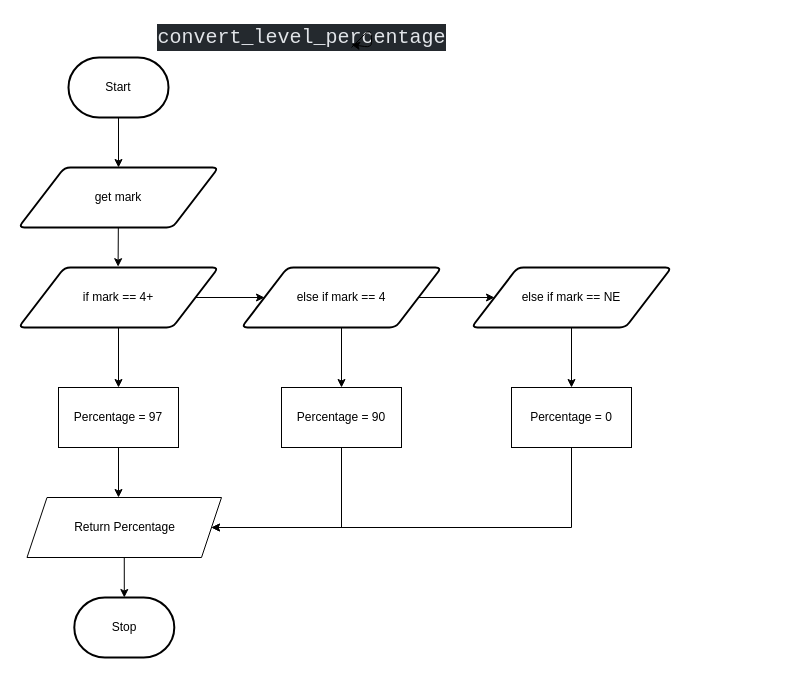
Above: flowchat.drawio in Kyanh-Pham/ICS3U-Unit5-03-Python (draw.io), before the change. Source tidied: cells renumbered, new cells numbered last; positions are measured from the earlier drawing's top-left corner, leaving out a move shared by most shapes. Both pictures are drawn from the tidied source at 100%, with x=0, y=0 at pixel (18, 17).
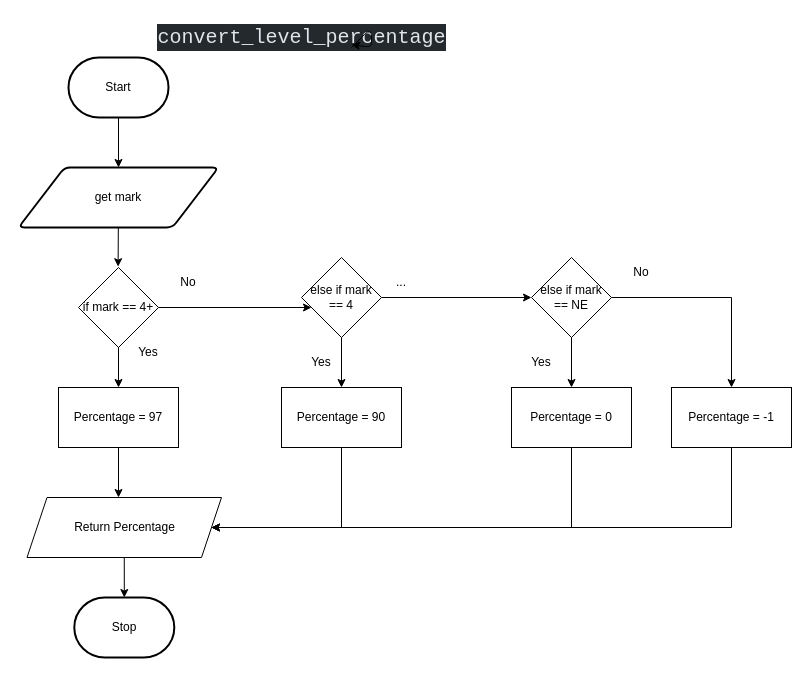
After the change.

Commit message (it also covers changes not shown here):
Fixed flowchart and type hint

Unchanged cells that the change refers to:
```xml
<mxCell id="15" value="Return Percentage" style="shape=parallelogram;perimeter=parallelogramPerimeter;whiteSpace=wrap;html=1;fixedSize=1;" parent="1" vertex="1">
  <mxGeometry x="8.5" y="480" width="194.5" height="60" as="geometry" />
</mxCell>
<mxCell id="21" value="Percentage = 90" style="rounded=0;whiteSpace=wrap;html=1;" parent="1" vertex="1">
  <mxGeometry x="263" y="370" width="120" height="60" as="geometry" />
</mxCell>
<mxCell id="25" value="Percentage = 0" style="rounded=0;whiteSpace=wrap;html=1;" parent="1" vertex="1">
  <mxGeometry x="493" y="370" width="120" height="60" as="geometry" />
</mxCell>
```

Change to the diagram source:
```diff
@@
-    <mxCell id="9" style="edgeStyle=none;html=1;" parent="1" edge="1" source="11">
+    <mxCell id="9" style="edgeStyle=none;html=1;" parent="1" edge="1">
       <mxGeometry relative="1" as="geometry">
+        <mxPoint x="100" y="310" as="sourcePoint" />
         <mxPoint x="100" y="370" as="targetPoint" />
       </mxGeometry>
     </mxCell>
-    <mxCell id="10" style="edgeStyle=none;html=1;" parent="1" edge="1" source="11" target="19">
-      <mxGeometry relative="1" as="geometry" />
-    </mxCell>
-    <mxCell id="11" value="if mark == 4+" style="shape=parallelogram;html=1;strokeWidth=2;perimeter=parallelogramPerimeter;whiteSpace=wrap;rounded=1;arcSize=12;size=0.23;" parent="1" vertex="1">
-      <mxGeometry y="250" width="200" height="60" as="geometry" />
-    </mxCell>
@@
-    <mxCell id="17" style="edgeStyle=none;html=1;" parent="1" edge="1" source="19" target="21">
-      <mxGeometry relative="1" as="geometry" />
+    <mxCell id="17" style="edgeStyle=none;html=1;" parent="1" edge="1" target="21">
+      <mxGeometry relative="1" as="geometry">
+        <mxPoint x="323" y="310" as="sourcePoint" />
+      </mxGeometry>
     </mxCell>
-    <mxCell id="18" style="edgeStyle=none;html=1;" parent="1" edge="1" source="19" target="23">
-      <mxGeometry relative="1" as="geometry" />
-    </mxCell>
-    <mxCell id="19" value="else if mark == 4" style="shape=parallelogram;html=1;strokeWidth=2;perimeter=parallelogramPerimeter;whiteSpace=wrap;rounded=1;arcSize=12;size=0.23;" parent="1" vertex="1">
-      <mxGeometry x="223" y="250" width="200" height="60" as="geometry" />
-    </mxCell>
@@
-    <mxCell id="22" style="edgeStyle=none;html=1;entryX=0.5;entryY=0;entryDx=0;entryDy=0;" parent="1" edge="1" source="23" target="25">
-      <mxGeometry relative="1" as="geometry" />
+    <mxCell id="22" style="edgeStyle=none;html=1;entryX=0.5;entryY=0;entryDx=0;entryDy=0;" parent="1" edge="1" target="25">
+      <mxGeometry relative="1" as="geometry">
+        <mxPoint x="553" y="310" as="sourcePoint" />
+      </mxGeometry>
     </mxCell>
-    <mxCell id="23" value="else if mark == NE" style="shape=parallelogram;html=1;strokeWidth=2;perimeter=parallelogramPerimeter;whiteSpace=wrap;rounded=1;arcSize=12;size=0.23;" parent="1" vertex="1">
-      <mxGeometry x="453" y="250" width="200" height="60" as="geometry" />
-    </mxCell>
@@
+    <mxCell id="26" value="Yes" style="text;html=1;strokeColor=none;fillColor=none;align=center;verticalAlign=middle;whiteSpace=wrap;rounded=0;" parent="1" vertex="1">
+      <mxGeometry x="273" y="330" width="60" height="30" as="geometry" />
+    </mxCell>
+    <mxCell id="27" value="Yes" style="text;html=1;strokeColor=none;fillColor=none;align=center;verticalAlign=middle;whiteSpace=wrap;rounded=0;" parent="1" vertex="1">
+      <mxGeometry x="100" y="320" width="60" height="30" as="geometry" />
+    </mxCell>
+    <mxCell id="28" value="Yes" style="text;html=1;strokeColor=none;fillColor=none;align=center;verticalAlign=middle;whiteSpace=wrap;rounded=0;" parent="1" vertex="1">
+      <mxGeometry x="493" y="330" width="60" height="30" as="geometry" />
+    </mxCell>
+    <mxCell id="10" style="edgeStyle=none;html=1;entryX=0.125;entryY=0.625;entryDx=0;entryDy=0;entryPerimeter=0;" parent="1" edge="1" source="11" target="19">
+      <mxGeometry relative="1" as="geometry" />
+    </mxCell>
+    <mxCell id="11" value="&lt;span&gt;if mark == 4+&lt;/span&gt;" style="rhombus;whiteSpace=wrap;html=1;" parent="1" vertex="1">
+      <mxGeometry x="60" y="250" width="80" height="80" as="geometry" />
+    </mxCell>
+    <mxCell id="18" style="edgeStyle=none;html=1;entryX=0;entryY=0.5;entryDx=0;entryDy=0;" parent="1" edge="1" source="19" target="23">
+      <mxGeometry relative="1" as="geometry" />
+    </mxCell>
+    <mxCell id="19" value="&lt;span&gt;else if mark == 4&lt;/span&gt;" style="rhombus;whiteSpace=wrap;html=1;" parent="1" vertex="1">
+      <mxGeometry x="283" y="240" width="80" height="80" as="geometry" />
+    </mxCell>
+    <mxCell id="29" style="edgeStyle=orthogonalEdgeStyle;html=1;entryX=0.5;entryY=0;entryDx=0;entryDy=0;rounded=0;" parent="1" edge="1" source="23" target="34">
+      <mxGeometry relative="1" as="geometry" />
+    </mxCell>
+    <mxCell id="23" value="&lt;span&gt;else if mark == NE&lt;/span&gt;" style="rhombus;whiteSpace=wrap;html=1;" parent="1" vertex="1">
+      <mxGeometry x="513" y="240" width="80" height="80" as="geometry" />
+    </mxCell>
+    <mxCell id="30" value="No" style="text;html=1;strokeColor=none;fillColor=none;align=center;verticalAlign=middle;whiteSpace=wrap;rounded=0;" parent="1" vertex="1">
+      <mxGeometry x="140" y="250" width="60" height="30" as="geometry" />
+    </mxCell>
+    <mxCell id="31" value="..." style="text;html=1;strokeColor=none;fillColor=none;align=center;verticalAlign=middle;whiteSpace=wrap;rounded=0;" parent="1" vertex="1">
+      <mxGeometry x="353" y="250" width="60" height="30" as="geometry" />
+    </mxCell>
+    <mxCell id="32" value="No" style="text;html=1;strokeColor=none;fillColor=none;align=center;verticalAlign=middle;whiteSpace=wrap;rounded=0;" parent="1" vertex="1">
+      <mxGeometry x="593" y="240" width="60" height="30" as="geometry" />
+    </mxCell>
+    <mxCell id="33" style="edgeStyle=orthogonalEdgeStyle;rounded=0;html=1;" parent="1" edge="1" source="34" target="15">
+      <mxGeometry relative="1" as="geometry">
+        <Array as="points">
+          <mxPoint x="713" y="510" />
+        </Array>
+      </mxGeometry>
+    </mxCell>
+    <mxCell id="34" value="Percentage = -1" style="rounded=0;whiteSpace=wrap;html=1;" parent="1" vertex="1">
+      <mxGeometry x="653" y="370" width="120" height="60" as="geometry" />
+    </mxCell>
```
